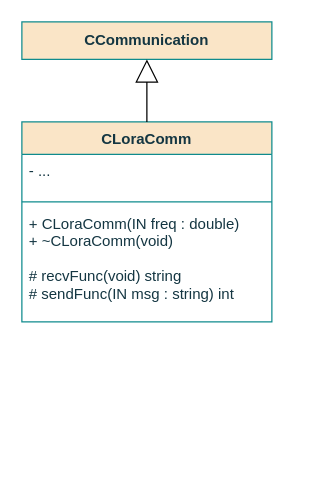
Before: page "Class" (1 of 4) of documentation/flowcharts/Classes/CLoraComm.drawio in ESRGgroup9/slipad, a draw.io diagram. Source tidied: cells renumbered, new cells numbered last; positions are measured from the earlier drawing's top-left corner, leaving out a move shared by most shapes. Both pictures are drawn from the tidied source at 125%, with x=0, y=0 at pixel (21, 21).
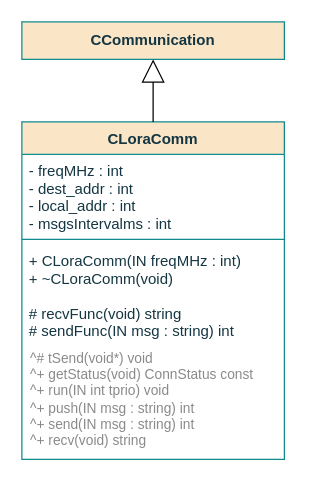
Above is the later version.

Diff of the diagram source:
```diff
@@
 <mxGraphModel>
   <root>
     <mxCell id="0" />
     <mxCell id="1" parent="0" />
     <mxCell id="2" value="CLoraComm" style="swimlane;fontStyle=1;align=center;verticalAlign=top;horizontal=1;startSize=26;fillColor=#FAE5C7;strokeColor=#0F8B8D;fontColor=#143642;" parent="1" vertex="1">
-      <mxGeometry y="80" width="200" height="160" as="geometry" />
+      <mxGeometry y="80" width="210" height="270" as="geometry" />
     </mxCell>
-    <mxCell id="3" value="- ...&#10;&#10;&#10;" style="text;strokeColor=none;fillColor=none;align=left;verticalAlign=top;spacingLeft=4;spacingRight=4;overflow=hidden;fontColor=#143642;" parent="2" vertex="1">
-      <mxGeometry y="26" width="200" height="34" as="geometry" />
+    <mxCell id="3" value="- freqMHz : int&#10;- dest_addr : int&#10;- local_addr : int&#10;- msgsIntervalms : int&#10;&#10;&#10;&#10;&#10;&#10;" style="text;strokeColor=none;fillColor=none;align=left;verticalAlign=top;spacingLeft=4;spacingRight=4;overflow=hidden;fontColor=#143642;" parent="2" vertex="1">
+      <mxGeometry y="26" width="210" height="64" as="geometry" />
     </mxCell>
     <mxCell id="4" style="line;strokeWidth=1;fillColor=none;align=left;verticalAlign=middle;spacingTop=-1;spacingLeft=3;spacingRight=3;labelPosition=right;labelBackgroundColor=#DAD2D8;strokeColor=#0F8B8D;fontColor=#143642;" parent="2" vertex="1">
-      <mxGeometry y="60" width="200" height="8" as="geometry" />
+      <mxGeometry y="90" width="210" height="8" as="geometry" />
     </mxCell>
-    <mxCell id="5" value="+ CLoraComm(IN freq : double)&#10;+ ~CLoraComm(void)&#10;&#10;# recvFunc(void) string&#10;# sendFunc(IN msg : string) int &#10;&#10;" style="text;strokeColor=none;fillColor=none;align=left;verticalAlign=top;spacingLeft=4;spacingRight=4;overflow=hidden;fontColor=#143642;" parent="2" vertex="1">
-      <mxGeometry y="68" width="200" height="92" as="geometry" />
+    <mxCell id="5" value="+ CLoraComm(IN freqMHz : int)&#10;+ ~CLoraComm(void)&#10;&#10;# recvFunc(void) string&#10;# sendFunc(IN msg : string) int &#10;&#10;&#10;&#10;" style="text;strokeColor=none;fillColor=none;align=left;verticalAlign=top;spacingLeft=4;spacingRight=4;overflow=hidden;fontColor=#143642;" parent="2" vertex="1">
+      <mxGeometry y="98" width="210" height="172" as="geometry" />
     </mxCell>
     <mxCell id="6" value="CCommunication" style="rounded=0;whiteSpace=wrap;html=1;sketch=0;fontColor=#143642;strokeColor=#0F8B8D;fillColor=#FAE5C7;fontStyle=1;" parent="1" vertex="1">
-      <mxGeometry width="200" height="30" as="geometry" />
+      <mxGeometry width="210" height="30" as="geometry" />
     </mxCell>
     <mxCell id="7" style="endArrow=block;endSize=16;endFill=0;html=1;rounded=0;exitX=0.5;exitY=0;exitDx=0;exitDy=0;entryX=0.5;entryY=1;entryDx=0;entryDy=0;" parent="1" edge="1" source="2" target="6">
       <mxGeometry relative="1" as="geometry" />
     </mxCell>
+    <mxCell id="8" value="&lt;div style=&quot;font-size: 11px&quot;&gt;&lt;font style=&quot;font-size: 11px&quot; color=&quot;#8A8A8A&quot;&gt;^# tSend(void*) void&lt;br&gt;&lt;/font&gt;&lt;/div&gt;&lt;div style=&quot;font-size: 11px&quot;&gt;&lt;font style=&quot;font-size: 11px&quot; color=&quot;#8A8A8A&quot;&gt;^+ getStatus(void) ConnStatus const&lt;br style=&quot;font-size: 11px&quot;&gt;&lt;/font&gt;&lt;/div&gt;&lt;div style=&quot;font-size: 11px&quot;&gt;&lt;font style=&quot;font-size: 11px&quot; color=&quot;#8A8A8A&quot;&gt;^+ run(IN int tprio) void&lt;/font&gt;&lt;/div&gt;&lt;font style=&quot;font-size: 11px&quot; color=&quot;#8A8A8A&quot;&gt;^+ push(IN msg : string) int&lt;br style=&quot;font-size: 11px&quot;&gt;^+ send(IN msg : string) int&lt;br style=&quot;font-size: 11px&quot;&gt;^+ recv(void) string&lt;/font&gt;" style="text;html=1;align=left;verticalAlign=middle;strokeColor=none;fillColor=none;opacity=10;fontSize=11;" parent="1" vertex="1">
+      <mxGeometry x="5" y="257" width="210" height="90" as="geometry" />
+    </mxCell>
   </root>
 </mxGraphModel>
```
